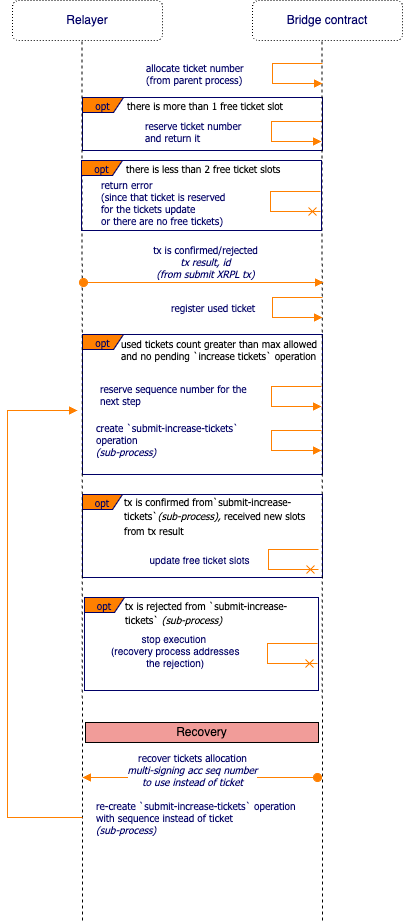
Above: spec/img/allocate-ticket.png in CoreumFoundation/coreumbridge-xrpl (draw.io), before the change. Source tidied: cells renumbered, new cells last; positions are measured from the earlier drawing's top-left corner, leaving out a move shared by most shapes.
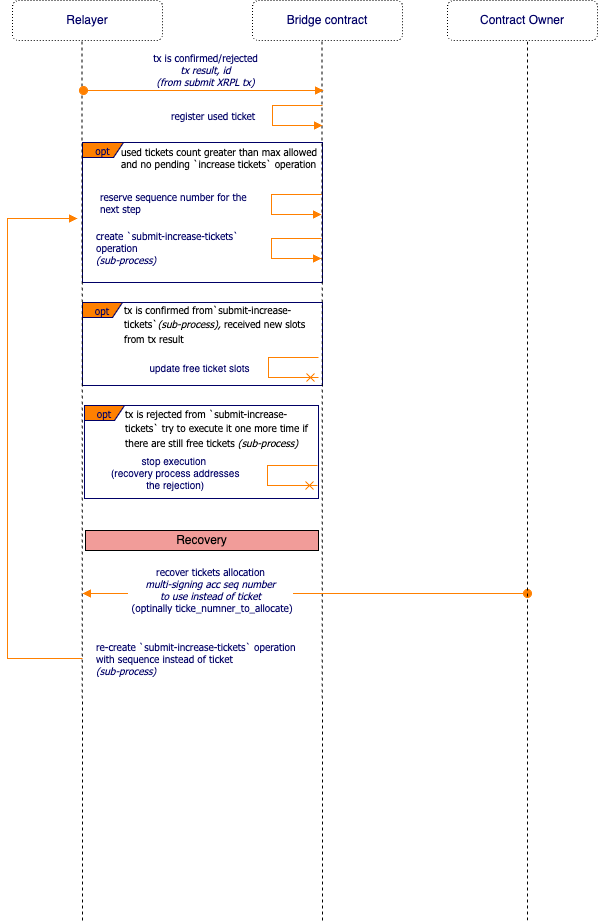
Later version of the same file.

Change to the diagram source:
```diff
@@ -2,9 +2,6 @@
   <root>
     <mxCell id="0" />
     <mxCell id="1" parent="0" />
-    <mxCell id="2" value="opt" style="shape=umlFrame;whiteSpace=wrap;html=1;strokeColor=#000066;fillColor=#FF8000;fontFamily=Tahoma;fontSize=10;fontColor=#000066;align=center;width=41;height=15;" parent="1" vertex="1">
-      <mxGeometry x="75" y="97" width="240" height="53" as="geometry" />
-    </mxCell>
     <mxCell id="3" value="opt" style="shape=umlFrame;whiteSpace=wrap;html=1;strokeColor=#000066;fillColor=#FF8000;fontFamily=Tahoma;fontSize=10;fontColor=#000066;align=center;width=40;height=15;" parent="1" vertex="1">
       <mxGeometry x="75" y="494" width="240" height="83" as="geometry" />
     </mxCell>
@@ -18,27 +15,27 @@
       <mxGeometry x="75" y="334" width="240" height="140" as="geometry" />
     </mxCell>
     <mxCell id="7" value="Relayer" style="rounded=1;whiteSpace=wrap;html=1;fillColor=none;dashed=1;fontColor=#000066;dashPattern=1 2;" parent="1" vertex="1">
-      <mxGeometry x="5" width="150" height="40" as="geometry" />
+      <mxGeometry x="5" y="192" width="150" height="40" as="geometry" />
     </mxCell>
     <mxCell id="8" value="Bridge contract" style="rounded=1;whiteSpace=wrap;html=1;fillColor=none;dashed=1;fontColor=#000066;dashPattern=1 2;" parent="1" vertex="1">
-      <mxGeometry x="245" width="150" height="40" as="geometry" />
+      <mxGeometry x="245" y="192" width="150" height="40" as="geometry" />
     </mxCell>
     <mxCell id="9" value="&lt;div style=&quot;text-align: center&quot;&gt;&lt;/div&gt;" style="text;html=1;align=center;verticalAlign=top;spacingTop=-4;fontSize=14;fontFamily=Tahoma;fontColor=#000066;" parent="1" vertex="1">
-      <mxGeometry x="65" y="10" width="20" height="10" as="geometry" />
+      <mxGeometry x="65" y="202" width="20" height="10" as="geometry" />
     </mxCell>
     <mxCell id="10" style="endArrow=none;dashed=1;html=1;rounded=0;" parent="1" edge="1">
       <mxGeometry relative="1" as="geometry">
-        <mxPoint x="75" y="920" as="sourcePoint" />
-        <mxPoint x="74.5" y="40" as="targetPoint" />
+        <mxPoint x="75" y="1112" as="sourcePoint" />
+        <mxPoint x="74.5" y="232" as="targetPoint" />
       </mxGeometry>
     </mxCell>
     <mxCell id="11" value="&lt;div style=&quot;text-align: center&quot;&gt;&lt;/div&gt;" style="text;html=1;align=center;verticalAlign=top;spacingTop=-4;fontSize=14;fontFamily=Tahoma;fontColor=#000066;" parent="1" vertex="1">
-      <mxGeometry x="235" y="10" width="20" height="10" as="geometry" />
+      <mxGeometry x="235" y="202" width="20" height="10" as="geometry" />
     </mxCell>
     <mxCell id="12" style="endArrow=none;dashed=1;html=1;rounded=0;" parent="1" edge="1">
       <mxGeometry relative="1" as="geometry">
-        <mxPoint x="315" y="920" as="sourcePoint" />
-        <mxPoint x="314.5" y="40" as="targetPoint" />
+        <mxPoint x="315" y="1112" as="sourcePoint" />
+        <mxPoint x="314.5" y="232" as="targetPoint" />
       </mxGeometry>
     </mxCell>
     <mxCell id="13" value="register used ticket" style="edgeStyle=orthogonalEdgeStyle;html=1;align=left;spacingLeft=2;endArrow=block;rounded=0;strokeColor=#FF8000;fontFamily=Tahoma;fontSize=10;fontColor=#000066;endFill=1;" parent="1" edge="1">
@@ -53,11 +50,11 @@
     </mxCell>
     <mxCell id="14" value="&lt;span style=&quot;border-color: var(--border-color);&quot;&gt;&lt;div style=&quot;border-color: var(--border-color); font-family: Helvetica; text-align: center;&quot;&gt;stop execution&amp;nbsp;&lt;/div&gt;&lt;div style=&quot;border-color: var(--border-color); font-family: Helvetica; text-align: center;&quot;&gt;(recovery process addresses &lt;br&gt;the rejection)&lt;/div&gt;&lt;/span&gt;" style="edgeStyle=orthogonalEdgeStyle;html=1;align=left;spacingLeft=2;endArrow=cross;rounded=0;strokeColor=#FF8000;fontFamily=Tahoma;fontSize=10;fontColor=#000066;endFill=0;" parent="1" edge="1">
       <mxGeometry x="-0.05" y="-160" relative="1" as="geometry">
-        <mxPoint x="310" y="643" as="sourcePoint" />
-        <mxPoint x="310" y="663" as="targetPoint" />
+        <mxPoint x="310" y="657" as="sourcePoint" />
+        <mxPoint x="310" y="677" as="targetPoint" />
         <Array as="points">
-          <mxPoint x="260" y="643" />
-          <mxPoint x="260" y="663" />
+          <mxPoint x="260" y="657" />
+          <mxPoint x="260" y="677" />
         </Array>
       </mxGeometry>
     </mxCell>
@@ -65,7 +62,7 @@
       <mxGeometry x="112" y="335" width="220" height="30" as="geometry" />
     </mxCell>
     <mxCell id="16" value="create `submit-increase-tickets`&lt;br&gt;operation&lt;br&gt;&lt;i&gt;(sub-process)&lt;/i&gt;" style="edgeStyle=orthogonalEdgeStyle;html=1;align=left;spacingLeft=2;endArrow=block;rounded=0;strokeColor=#FF8000;fontFamily=Tahoma;fontSize=10;fontColor=#000066;endFill=1;" parent="1" edge="1">
-      <mxGeometry x="-0.01" y="-179" relative="1" as="geometry">
+      <mxGeometry x="-0.02" y="-179" relative="1" as="geometry">
         <mxPoint x="314" y="430" as="sourcePoint" />
         <mxPoint x="314" y="450" as="targetPoint" />
         <Array as="points">
@@ -74,16 +71,6 @@
         </Array>
       </mxGeometry>
     </mxCell>
-    <mxCell id="17" value="reserve ticket&amp;nbsp;number &lt;br&gt;and return it" style="edgeStyle=orthogonalEdgeStyle;html=1;align=left;spacingLeft=2;endArrow=block;rounded=0;strokeColor=#FF8000;fontFamily=Tahoma;fontSize=10;fontColor=#000066;endFill=1;" parent="1" edge="1">
-      <mxGeometry y="-130" relative="1" as="geometry">
-        <mxPoint x="314" y="121" as="sourcePoint" />
-        <mxPoint x="314" y="141" as="targetPoint" />
-        <Array as="points">
-          <mxPoint x="264" y="121" />
-          <mxPoint x="264" y="141" />
-        </Array>
-      </mxGeometry>
-    </mxCell>
     <mxCell id="18" value="&lt;div style=&quot;border-color: var(--border-color); font-family: Helvetica; text-align: center;&quot;&gt;&lt;/div&gt;" style="edgeStyle=orthogonalEdgeStyle;html=1;align=left;spacingLeft=2;endArrow=cross;rounded=0;strokeColor=#FF8000;fontFamily=Tahoma;fontSize=10;fontColor=#000066;endFill=0;" parent="1" edge="1">
       <mxGeometry x="-0.17" y="-130" relative="1" as="geometry">
         <mxPoint x="311" y="549" as="sourcePoint" />
@@ -99,59 +86,30 @@
         <mxPoint x="-66" y="2" as="offset" />
       </mxGeometry>
     </mxCell>
-    <mxCell id="20" value="allocate ticket number&lt;br&gt;(from parent process)" style="edgeStyle=orthogonalEdgeStyle;html=1;align=left;spacingLeft=2;endArrow=block;rounded=0;strokeColor=#FF8000;fontFamily=Tahoma;fontSize=10;fontColor=#000066;endFill=1;" parent="1" edge="1">
-      <mxGeometry y="-130" relative="1" as="geometry">
-        <mxPoint x="315" y="63" as="sourcePoint" />
-        <mxPoint x="315" y="83" as="targetPoint" />
-        <Array as="points">
-          <mxPoint x="265" y="63" />
-          <mxPoint x="265" y="83" />
-        </Array>
-      </mxGeometry>
-    </mxCell>
-    <mxCell id="21" value="&lt;span style=&quot;font-family: Tahoma; font-size: 10px; font-style: normal; font-variant-ligatures: normal; font-variant-caps: normal; font-weight: 400; letter-spacing: normal; orphans: 2; text-align: left; text-indent: 0px; text-transform: none; widows: 2; word-spacing: 0px; -webkit-text-stroke-width: 0px; background-color: rgb(255, 255, 255); text-decoration-thickness: initial; text-decoration-style: initial; text-decoration-color: initial; float: none; display: inline !important;&quot;&gt;tx is rejected from&amp;nbsp;&lt;/span&gt;&lt;span style=&quot;font-family: Tahoma; font-size: 10px; font-style: normal; font-variant-ligatures: normal; font-variant-caps: normal; font-weight: 400; letter-spacing: normal; orphans: 2; text-align: left; text-indent: 0px; text-transform: none; widows: 2; word-spacing: 0px; -webkit-text-stroke-width: 0px; background-color: rgb(255, 255, 255); text-decoration-thickness: initial; text-decoration-style: initial; text-decoration-color: initial; float: none; display: inline !important;&quot;&gt;`submit-increase-tickets`&amp;nbsp;&lt;/span&gt;&lt;span style=&quot;border-color: var(--border-color); font-family: Tahoma; font-size: 10px; font-style: normal; font-variant-ligatures: normal; font-variant-caps: normal; font-weight: 400; letter-spacing: normal; orphans: 2; text-align: left; text-indent: 0px; text-transform: none; widows: 2; word-spacing: 0px; -webkit-text-stroke-width: 0px; text-decoration-thickness: initial; text-decoration-style: initial; text-decoration-color: initial;&quot;&gt;&lt;i style=&quot;border-color: var(--border-color);&quot;&gt;(sub-process)&lt;/i&gt;&lt;/span&gt;" style="text;whiteSpace=wrap;html=1;fontColor=#000000;" parent="1" vertex="1">
+    <mxCell id="21" value="&lt;span style=&quot;font-family: Tahoma; font-size: 10px; font-style: normal; font-variant-ligatures: normal; font-variant-caps: normal; font-weight: 400; letter-spacing: normal; orphans: 2; text-align: left; text-indent: 0px; text-transform: none; widows: 2; word-spacing: 0px; -webkit-text-stroke-width: 0px; background-color: rgb(255, 255, 255); text-decoration-thickness: initial; text-decoration-style: initial; text-decoration-color: initial; float: none; display: inline !important;&quot;&gt;tx is rejected from&amp;nbsp;&lt;/span&gt;&lt;span style=&quot;font-family: Tahoma; font-size: 10px; font-style: normal; font-variant-ligatures: normal; font-variant-caps: normal; font-weight: 400; letter-spacing: normal; orphans: 2; text-align: left; text-indent: 0px; text-transform: none; widows: 2; word-spacing: 0px; -webkit-text-stroke-width: 0px; background-color: rgb(255, 255, 255); text-decoration-thickness: initial; text-decoration-style: initial; text-decoration-color: initial; float: none; display: inline !important;&quot;&gt;`submit-increase-tickets` try to execute it one more time if there are still free tickets&amp;nbsp;&lt;/span&gt;&lt;span style=&quot;border-color: var(--border-color); font-family: Tahoma; font-size: 10px; font-style: normal; font-variant-ligatures: normal; font-variant-caps: normal; font-weight: 400; letter-spacing: normal; orphans: 2; text-align: left; text-indent: 0px; text-transform: none; widows: 2; word-spacing: 0px; -webkit-text-stroke-width: 0px; text-decoration-thickness: initial; text-decoration-style: initial; text-decoration-color: initial;&quot;&gt;&lt;i style=&quot;border-color: var(--border-color);&quot;&gt;(sub-process)&lt;/i&gt;&lt;/span&gt;" style="text;whiteSpace=wrap;html=1;fontColor=#000000;" parent="1" vertex="1">
       <mxGeometry x="116" y="592" width="194" height="38" as="geometry" />
     </mxCell>
     <mxCell id="22" value="Recovery" style="rounded=0;whiteSpace=wrap;html=1;fillColor=#F19C99;" parent="1" vertex="1">
       <mxGeometry x="78" y="722" width="233" height="20" as="geometry" />
     </mxCell>
-    <mxCell id="23" value="recover tickets allocation &lt;br&gt;&lt;i&gt;multi-signing acc seq number &lt;br&gt;to use instead of ticket&lt;/i&gt;&lt;br style=&quot;border-color: var(--border-color);&quot;&gt;&amp;nbsp;" style="html=1;verticalAlign=bottom;startArrow=oval;startFill=1;endArrow=block;startSize=8;strokeColor=#FF8000;fontFamily=Tahoma;fontSize=10;fontColor=#000066;" parent="1" edge="1">
-      <mxGeometry x="0.06" y="25" relative="1" as="geometry">
-        <mxPoint x="310" y="777" as="sourcePoint" />
-        <mxPoint x="75" y="777" as="targetPoint" />
+    <mxCell id="23" value="recover tickets allocation &lt;br&gt;&lt;i&gt;multi-signing acc seq number &lt;br&gt;to use instead of ticket&lt;/i&gt;&lt;br style=&quot;border-color: var(--border-color);&quot;&gt;&amp;nbsp;(optinally ticke_numner_to_allocate)" style="html=1;verticalAlign=bottom;startArrow=oval;startFill=1;endArrow=block;startSize=8;strokeColor=#FF8000;fontFamily=Tahoma;fontSize=10;fontColor=#000066;" parent="1" edge="1">
+      <mxGeometry x="0.43" y="23" relative="1" as="geometry">
+        <mxPoint x="520" y="785" as="sourcePoint" />
+        <mxPoint x="75" y="785" as="targetPoint" />
       </mxGeometry>
     </mxCell>
     <mxCell id="24" value="&lt;span style=&quot;border-color: var(--border-color); text-align: center;&quot;&gt;re-create `submit-increase-tickets`&amp;nbsp;&lt;span style=&quot;text-align: left;&quot;&gt;operation&lt;br&gt;with sequence instead of ticket&lt;br&gt;&lt;/span&gt;&lt;i style=&quot;border-color: var(--border-color); text-align: left;&quot;&gt;(sub-process)&lt;/i&gt;&lt;br&gt;&lt;/span&gt;" style="edgeStyle=orthogonalEdgeStyle;html=1;align=left;spacingLeft=2;endArrow=block;rounded=0;strokeColor=#FF8000;fontFamily=Tahoma;fontSize=10;fontColor=#000066;endFill=1;" parent="1" edge="1">
-      <mxGeometry x="-1" y="10" relative="1" as="geometry">
-        <mxPoint x="75" y="817" as="sourcePoint" />
+      <mxGeometry x="-1" y="-10" relative="1" as="geometry">
+        <mxPoint x="75" y="850" as="sourcePoint" />
         <mxPoint x="70" y="410" as="targetPoint" />
         <Array as="points">
-          <mxPoint y="817" />
+          <mxPoint x="75" y="850" />
+          <mxPoint y="850" />
           <mxPoint y="410" />
-          <mxPoint x="70" y="410" />
         </Array>
-        <mxPoint x="10" y="-10" as="offset" />
+        <mxPoint x="10" y="10" as="offset" />
       </mxGeometry>
     </mxCell>
-    <mxCell id="25" value="there is more than 1 free ticket slot" style="text;html=1;align=left;verticalAlign=top;spacingTop=-4;fontSize=10;fontFamily=Tahoma;fontColor=#000000;" parent="1" vertex="1">
-      <mxGeometry x="118" y="97" width="180" height="20" as="geometry" />
-    </mxCell>
-    <mxCell id="26" value="opt" style="shape=umlFrame;whiteSpace=wrap;html=1;strokeColor=#000066;fillColor=#FF8000;fontFamily=Tahoma;fontSize=10;fontColor=#000066;align=center;width=41;height=15;" parent="1" vertex="1">
-      <mxGeometry x="74" y="160" width="240" height="70" as="geometry" />
-    </mxCell>
-    <mxCell id="27" value="return error &lt;br&gt;(since that ticket is reserved &lt;br&gt;for the tickets update &lt;br&gt;or there are no free tickets)" style="edgeStyle=orthogonalEdgeStyle;html=1;align=left;spacingLeft=2;endArrow=cross;rounded=0;strokeColor=#FF8000;fontFamily=Tahoma;fontSize=10;fontColor=#000066;endFill=0;" parent="1" edge="1">
-      <mxGeometry x="0.02" y="-173" relative="1" as="geometry">
-        <mxPoint x="313" y="191" as="sourcePoint" />
-        <mxPoint x="313" y="211" as="targetPoint" />
-        <Array as="points">
-          <mxPoint x="263" y="191" />
-          <mxPoint x="263" y="211" />
-        </Array>
-      </mxGeometry>
-    </mxCell>
-    <mxCell id="28" value="there is less than 2 free ticket slots" style="text;html=1;align=left;verticalAlign=top;spacingTop=-4;fontSize=10;fontFamily=Tahoma;fontColor=#000000;" parent="1" vertex="1">
-      <mxGeometry x="117" y="160" width="180" height="20" as="geometry" />
-    </mxCell>
     <mxCell id="29" value="tx is confirmed/rejected&lt;br&gt;&lt;i&gt;tx result, id&lt;br&gt;(from submit XRPL tx)&lt;br&gt;&lt;/i&gt;" style="html=1;verticalAlign=bottom;startArrow=oval;startFill=1;endArrow=block;startSize=8;strokeColor=#FF8000;fontFamily=Tahoma;fontSize=10;fontColor=#000066;" parent="1" edge="1">
       <mxGeometry x="0.02" relative="1" as="geometry">
         <mxPoint x="76" y="282" as="sourcePoint" />
@@ -168,5 +126,14 @@
         </Array>
       </mxGeometry>
     </mxCell>
+    <mxCell id="31" style="endArrow=none;dashed=1;html=1;rounded=0;" parent="1" edge="1">
+      <mxGeometry relative="1" as="geometry">
+        <mxPoint x="520" y="1112" as="sourcePoint" />
+        <mxPoint x="520" y="232" as="targetPoint" />
+      </mxGeometry>
+    </mxCell>
+    <mxCell id="32" value="Contract Owner" style="rounded=1;whiteSpace=wrap;html=1;fillColor=none;dashed=1;fontColor=#000066;dashPattern=1 2;" parent="1" vertex="1">
+      <mxGeometry x="440" y="192" width="150" height="40" as="geometry" />
+    </mxCell>
   </root>
 </mxGraphModel>
```
